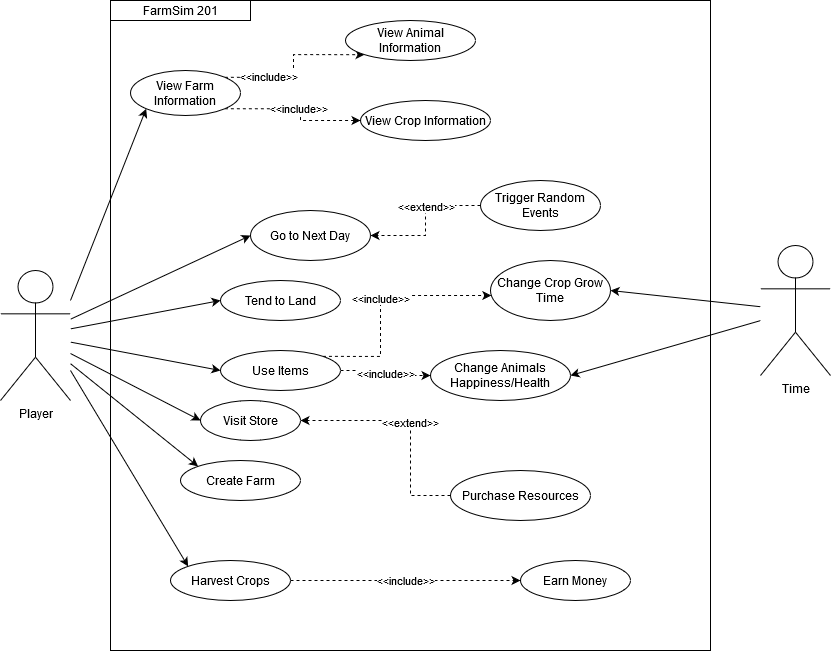
This is UseCaseUML.png from TooMuch4U/seng201-project, a draw.io export, as it was before one commit. Source tidied: cells renumbered, new cells last; positions are measured from the earlier drawing's top-left corner, leaving out a move shared by most shapes. Its diagram source:
```xml
<mxGraphModel>
  <root>
    <mxCell id="0" />
    <mxCell id="1" parent="0" />
    <mxCell id="2" style="rounded=0;whiteSpace=wrap;html=1;" parent="1" vertex="1">
      <mxGeometry x="110" width="600" height="650" as="geometry" />
    </mxCell>
    <mxCell id="3" value="Player" style="shape=umlActor;verticalLabelPosition=bottom;labelBackgroundColor=#ffffff;verticalAlign=top;html=1;" parent="1" vertex="1">
      <mxGeometry y="270" width="70" height="130" as="geometry" />
    </mxCell>
    <mxCell id="4" value="Create Farm" style="ellipse;whiteSpace=wrap;html=1;" parent="1" vertex="1">
      <mxGeometry x="180" y="460" width="120" height="40" as="geometry" />
    </mxCell>
    <mxCell id="5" value="&amp;lt;&amp;lt;extend&amp;gt;&amp;gt;" style="edgeStyle=orthogonalEdgeStyle;rounded=0;jettySize=auto;html=1;entryX=1;entryY=0.5;entryDx=0;entryDy=0;dashed=1;" parent="1" edge="1" source="6" target="9">
      <mxGeometry relative="1" as="geometry">
        <Array as="points">
          <mxPoint x="410" y="420" />
        </Array>
      </mxGeometry>
    </mxCell>
    <mxCell id="6" value="Purchase Resources" style="ellipse;whiteSpace=wrap;html=1;" parent="1" vertex="1">
      <mxGeometry x="450" y="470" width="140" height="50" as="geometry" />
    </mxCell>
    <mxCell id="7" value="Earn Money" style="ellipse;whiteSpace=wrap;html=1;" parent="1" vertex="1">
      <mxGeometry x="520" y="560" width="110" height="40" as="geometry" />
    </mxCell>
    <mxCell id="8" value="Change Animals Happiness/Health" style="ellipse;whiteSpace=wrap;html=1;" parent="1" vertex="1">
      <mxGeometry x="430" y="350" width="140" height="50" as="geometry" />
    </mxCell>
    <mxCell id="9" value="Visit Store" style="ellipse;whiteSpace=wrap;html=1;" parent="1" vertex="1">
      <mxGeometry x="200" y="400" width="100" height="40" as="geometry" />
    </mxCell>
    <mxCell id="10" value="Go to Next Day" style="ellipse;whiteSpace=wrap;html=1;" parent="1" vertex="1">
      <mxGeometry x="250" y="210" width="120" height="50" as="geometry" />
    </mxCell>
    <mxCell id="11" value="Change Crop Grow Time" style="ellipse;whiteSpace=wrap;html=1;" parent="1" vertex="1">
      <mxGeometry x="490" y="260" width="120" height="60" as="geometry" />
    </mxCell>
    <mxCell id="12" value="Tend to Land" style="ellipse;whiteSpace=wrap;html=1;" parent="1" vertex="1">
      <mxGeometry x="220" y="280" width="120" height="40" as="geometry" />
    </mxCell>
    <mxCell id="13" style="edgeStyle=orthogonalEdgeStyle;rounded=0;jettySize=auto;html=1;dashed=1;exitX=1;exitY=0;exitDx=0;exitDy=0;entryX=0;entryY=1;entryDx=0;entryDy=0;" parent="1" edge="1" source="18" target="15">
      <mxGeometry relative="1" as="geometry">
        <Array as="points">
          <mxPoint x="293" y="77" />
          <mxPoint x="293" y="54" />
        </Array>
      </mxGeometry>
    </mxCell>
    <mxCell id="14" value="&amp;lt;&amp;lt;include&amp;gt;&amp;gt;" style="edgeLabel;html=1;align=center;verticalAlign=middle;" parent="13" vertex="1">
      <mxGeometry x="-0.47" y="1" relative="1" as="geometry" />
    </mxCell>
    <mxCell id="15" value="View Animal Information" style="ellipse;whiteSpace=wrap;html=1;" parent="1" vertex="1">
      <mxGeometry x="345" y="20" width="130" height="40" as="geometry" />
    </mxCell>
    <mxCell id="16" value="View Crop Information" style="ellipse;whiteSpace=wrap;html=1;" parent="1" vertex="1">
      <mxGeometry x="360" y="100" width="130" height="40" as="geometry" />
    </mxCell>
    <mxCell id="17" value="&amp;lt;&amp;lt;include&amp;gt;&amp;gt;" style="edgeStyle=orthogonalEdgeStyle;rounded=0;jettySize=auto;html=1;entryX=0;entryY=0.5;entryDx=0;entryDy=0;dashed=1;exitX=1;exitY=1;exitDx=0;exitDy=0;" parent="1" edge="1" source="18" target="16">
      <mxGeometry relative="1" as="geometry">
        <Array as="points">
          <mxPoint x="300" y="109" />
          <mxPoint x="300" y="120" />
        </Array>
      </mxGeometry>
    </mxCell>
    <mxCell id="18" value="View Farm Information" style="ellipse;whiteSpace=wrap;html=1;" parent="1" vertex="1">
      <mxGeometry x="130" y="70" width="110" height="45" as="geometry" />
    </mxCell>
    <mxCell id="19" value="Time" style="shape=umlActor;verticalLabelPosition=bottom;labelBackgroundColor=#ffffff;verticalAlign=top;html=1;" parent="1" vertex="1">
      <mxGeometry x="760" y="245" width="70" height="130" as="geometry" />
    </mxCell>
    <mxCell id="20" style="edgeStyle=orthogonalEdgeStyle;rounded=0;jettySize=auto;html=1;entryX=1;entryY=0.5;entryDx=0;entryDy=0;dashed=1;" parent="1" edge="1" source="22" target="10">
      <mxGeometry relative="1" as="geometry" />
    </mxCell>
    <mxCell id="21" value="&amp;lt;&amp;lt;extend&amp;gt;&amp;gt;" style="edgeLabel;html=1;align=center;verticalAlign=middle;" parent="20" vertex="1">
      <mxGeometry x="-0.31" y="7" relative="1" as="geometry">
        <mxPoint x="-7" y="-7" as="offset" />
      </mxGeometry>
    </mxCell>
    <mxCell id="22" value="Trigger Random Events" style="ellipse;whiteSpace=wrap;html=1;" parent="1" vertex="1">
      <mxGeometry x="480" y="180" width="120" height="50" as="geometry" />
    </mxCell>
    <mxCell id="23" value="&amp;lt;&amp;lt;include&amp;gt;&amp;gt;" style="edgeStyle=orthogonalEdgeStyle;rounded=0;jettySize=auto;html=1;dashed=1;exitX=1;exitY=0;exitDx=0;exitDy=0;" parent="1" edge="1" source="25" target="11">
      <mxGeometry relative="1" as="geometry">
        <Array as="points">
          <mxPoint x="380" y="356" />
          <mxPoint x="380" y="295" />
        </Array>
      </mxGeometry>
    </mxCell>
    <mxCell id="24" value="&amp;lt;&amp;lt;include&amp;gt;&amp;gt;" style="edgeStyle=orthogonalEdgeStyle;rounded=0;jettySize=auto;html=1;dashed=1;" parent="1" edge="1" source="25" target="8">
      <mxGeometry relative="1" as="geometry" />
    </mxCell>
    <mxCell id="25" value="Use Items" style="ellipse;whiteSpace=wrap;html=1;" parent="1" vertex="1">
      <mxGeometry x="220" y="350" width="120" height="40" as="geometry" />
    </mxCell>
    <mxCell id="26" value="Harvest Crops" style="ellipse;whiteSpace=wrap;html=1;" parent="1" vertex="1">
      <mxGeometry x="170" y="560" width="120" height="40" as="geometry" />
    </mxCell>
    <mxCell id="27" style="endArrow=classic;html=1;entryX=0;entryY=1;entryDx=0;entryDy=0;" parent="1" edge="1" target="18">
      <mxGeometry relative="1" as="geometry">
        <mxPoint x="70" y="300" as="sourcePoint" />
      </mxGeometry>
    </mxCell>
    <mxCell id="28" style="endArrow=classic;html=1;entryX=1;entryY=0.5;entryDx=0;entryDy=0;" parent="1" edge="1" source="19" target="11">
      <mxGeometry relative="1" as="geometry" />
    </mxCell>
    <mxCell id="29" style="endArrow=classic;html=1;entryX=1;entryY=0.5;entryDx=0;entryDy=0;" parent="1" edge="1" source="19" target="8">
      <mxGeometry relative="1" as="geometry" />
    </mxCell>
    <mxCell id="30" value="&amp;lt;&amp;lt;include&amp;gt;&amp;gt;" style="endArrow=classic;html=1;exitX=1;exitY=0.5;exitDx=0;exitDy=0;entryX=0;entryY=0.5;entryDx=0;entryDy=0;dashed=1;" parent="1" edge="1" source="26" target="7">
      <mxGeometry relative="1" as="geometry" />
    </mxCell>
    <mxCell id="31" style="endArrow=classic;html=1;entryX=0;entryY=0.5;entryDx=0;entryDy=0;" parent="1" edge="1" source="3" target="10">
      <mxGeometry relative="1" as="geometry" />
    </mxCell>
    <mxCell id="32" style="endArrow=classic;html=1;entryX=0;entryY=0.5;entryDx=0;entryDy=0;" parent="1" edge="1" source="3" target="12">
      <mxGeometry relative="1" as="geometry" />
    </mxCell>
    <mxCell id="33" style="endArrow=classic;html=1;entryX=0;entryY=0.5;entryDx=0;entryDy=0;" parent="1" edge="1" source="3" target="25">
      <mxGeometry relative="1" as="geometry" />
    </mxCell>
    <mxCell id="34" style="endArrow=classic;html=1;entryX=0;entryY=0.5;entryDx=0;entryDy=0;" parent="1" edge="1" source="3" target="9">
      <mxGeometry relative="1" as="geometry" />
    </mxCell>
    <mxCell id="35" style="endArrow=classic;html=1;entryX=0;entryY=0;entryDx=0;entryDy=0;" parent="1" edge="1" source="3" target="4">
      <mxGeometry relative="1" as="geometry" />
    </mxCell>
    <mxCell id="36" style="endArrow=classic;html=1;entryX=0;entryY=0;entryDx=0;entryDy=0;" parent="1" edge="1" target="26">
      <mxGeometry relative="1" as="geometry">
        <mxPoint x="70" y="370" as="sourcePoint" />
      </mxGeometry>
    </mxCell>
    <mxCell id="37" value="FarmSim 201" style="rounded=0;whiteSpace=wrap;html=1;" parent="1" vertex="1">
      <mxGeometry x="110" width="140" height="20" as="geometry" />
    </mxCell>
  </root>
</mxGraphModel>
```
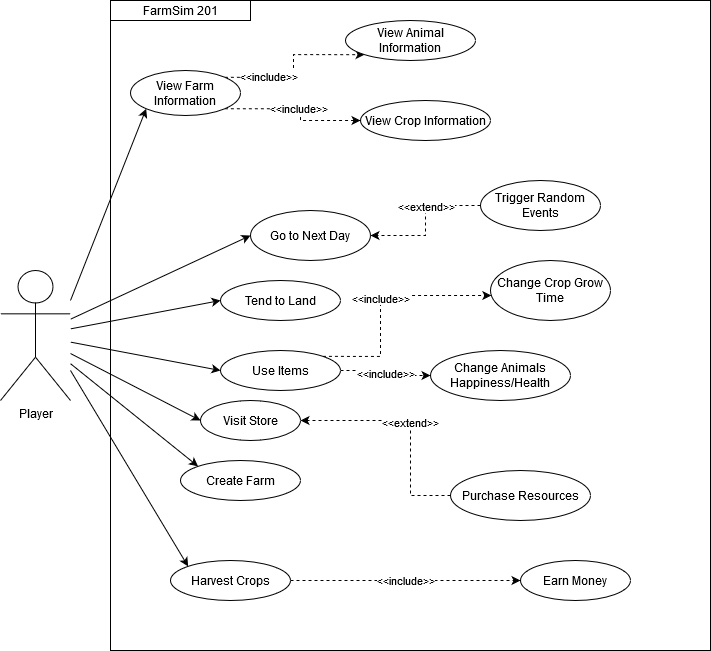
After the change.

The edit, as a diff of the source:
```diff
@@ -67,9 +67,6 @@
     <mxCell id="18" value="View Farm Information" style="ellipse;whiteSpace=wrap;html=1;" parent="1" vertex="1">
       <mxGeometry x="130" y="70" width="110" height="45" as="geometry" />
     </mxCell>
-    <mxCell id="19" value="Time" style="shape=umlActor;verticalLabelPosition=bottom;labelBackgroundColor=#ffffff;verticalAlign=top;html=1;" parent="1" vertex="1">
-      <mxGeometry x="760" y="245" width="70" height="130" as="geometry" />
-    </mxCell>
     <mxCell id="20" style="edgeStyle=orthogonalEdgeStyle;rounded=0;jettySize=auto;html=1;entryX=1;entryY=0.5;entryDx=0;entryDy=0;dashed=1;" parent="1" edge="1" source="22" target="10">
       <mxGeometry relative="1" as="geometry" />
     </mxCell>
@@ -103,12 +100,6 @@
         <mxPoint x="70" y="300" as="sourcePoint" />
       </mxGeometry>
     </mxCell>
-    <mxCell id="28" style="endArrow=classic;html=1;entryX=1;entryY=0.5;entryDx=0;entryDy=0;" parent="1" edge="1" source="19" target="11">
-      <mxGeometry relative="1" as="geometry" />
-    </mxCell>
-    <mxCell id="29" style="endArrow=classic;html=1;entryX=1;entryY=0.5;entryDx=0;entryDy=0;" parent="1" edge="1" source="19" target="8">
-      <mxGeometry relative="1" as="geometry" />
-    </mxCell>
     <mxCell id="30" value="&amp;lt;&amp;lt;include&amp;gt;&amp;gt;" style="endArrow=classic;html=1;exitX=1;exitY=0.5;exitDx=0;exitDy=0;entryX=0;entryY=0.5;entryDx=0;entryDy=0;dashed=1;" parent="1" edge="1" source="26" target="7">
       <mxGeometry relative="1" as="geometry" />
     </mxCell>
```
